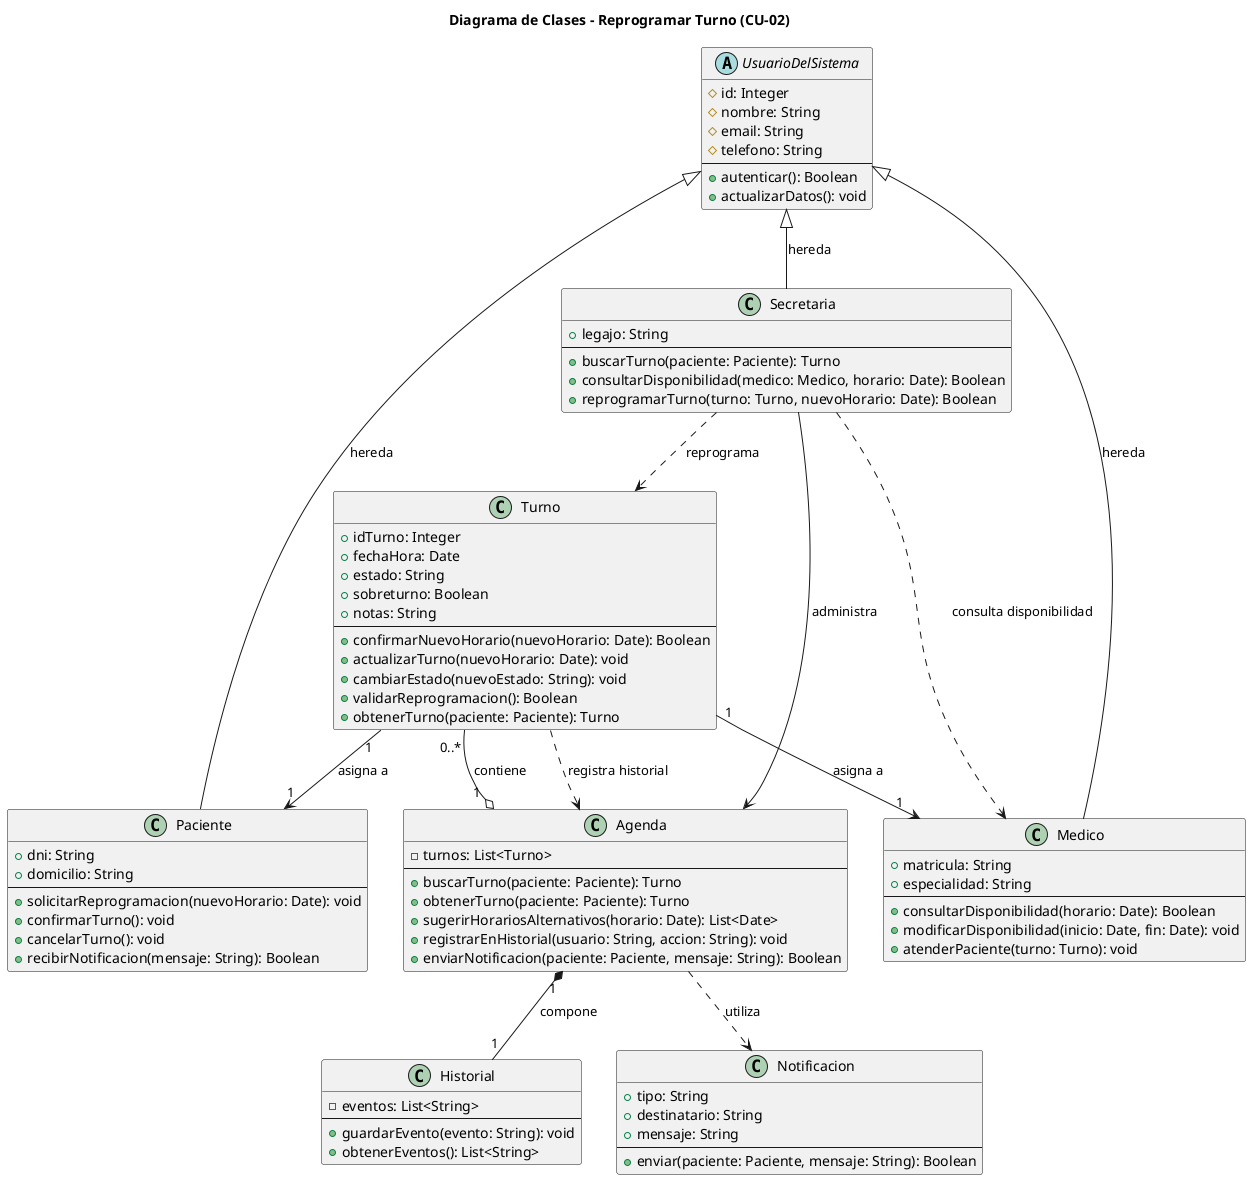
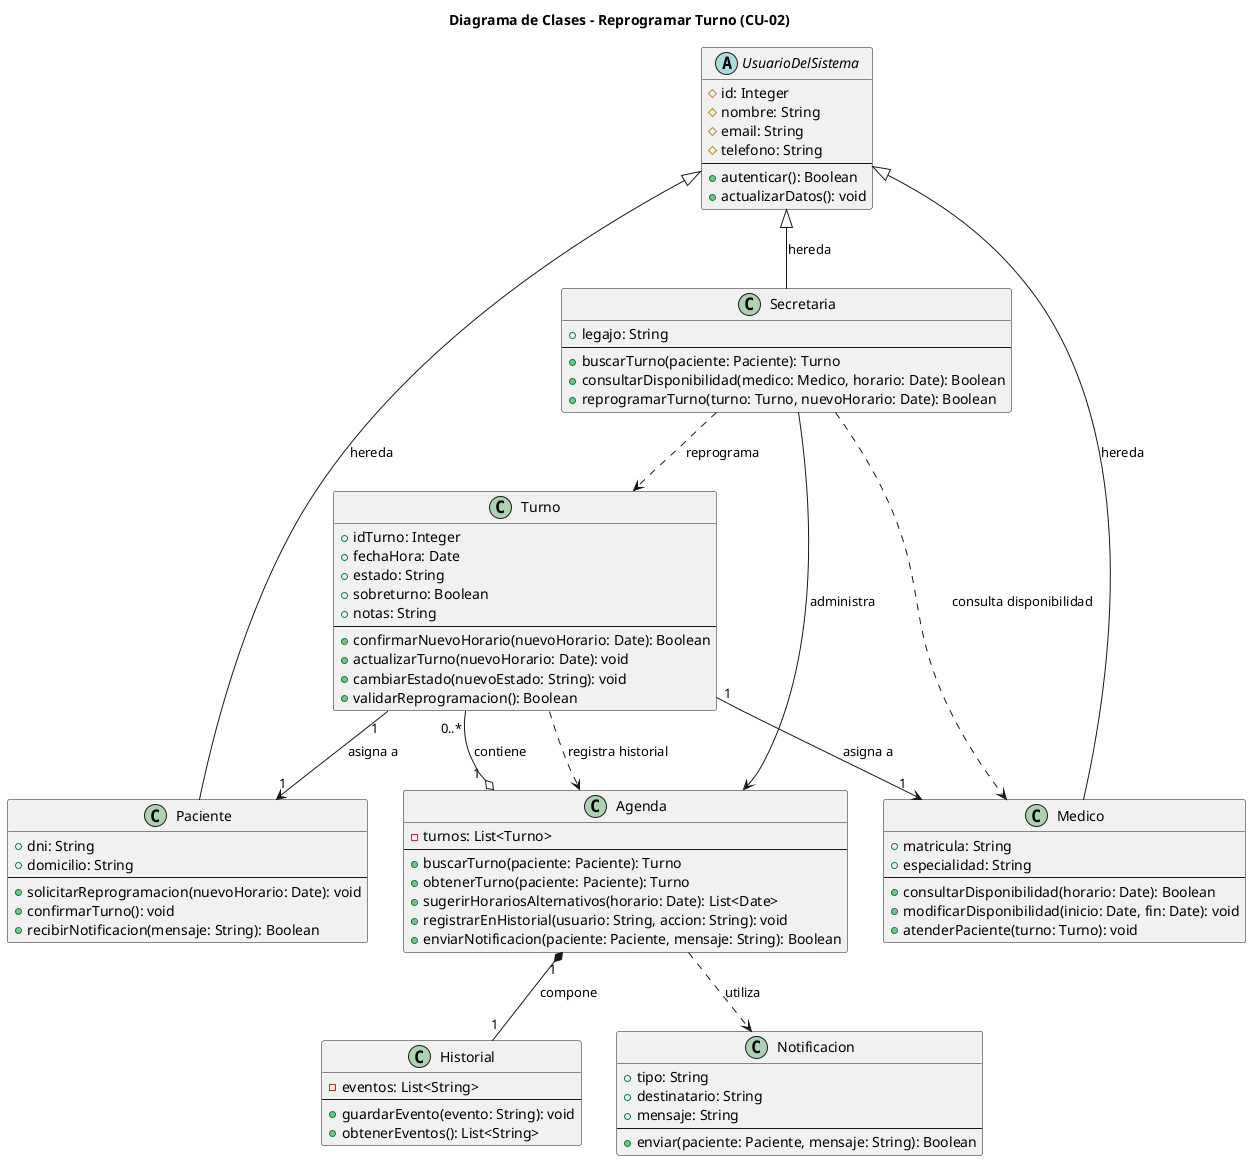
@startuml

title Diagrama de Clases - Reprogramar Turno (CU-02)

abstract class UsuarioDelSistema {
  # id: Integer
  # nombre: String
  # email: String
  # telefono: String
  --
  + autenticar(): Boolean
  + actualizarDatos(): void
}


class Paciente {
  + dni: String
  + domicilio: String
  --
  + solicitarReprogramacion(nuevoHorario: Date): void
  + confirmarTurno(): void
-   + cancelarTurno(): void
  + recibirNotificacion(mensaje: String): Boolean
}

class Secretaria {
  + legajo: String
  --
  + buscarTurno(paciente: Paciente): Turno
  + consultarDisponibilidad(medico: Medico, horario: Date): Boolean
  + reprogramarTurno(turno: Turno, nuevoHorario: Date): Boolean
}

class Medico {
  + matricula: String
  + especialidad: String
  --
  + consultarDisponibilidad(horario: Date): Boolean
  + modificarDisponibilidad(inicio: Date, fin: Date): void
  + atenderPaciente(turno: Turno): void
}
- 
class Turno {
  + idTurno: Integer
  + fechaHora: Date
  + estado: String
  + sobreturno: Boolean
  + notas: String
  --
  + confirmarNuevoHorario(nuevoHorario: Date): Boolean
  + actualizarTurno(nuevoHorario: Date): void
  + cambiarEstado(nuevoEstado: String): void
  + validarReprogramacion(): Boolean
-   + obtenerTurno(paciente: Paciente): Turno
}
+ 

class Agenda {
  - turnos: List<Turno>
  --
  + buscarTurno(paciente: Paciente): Turno
  + obtenerTurno(paciente: Paciente): Turno
  + sugerirHorariosAlternativos(horario: Date): List<Date>
  + registrarEnHistorial(usuario: String, accion: String): void
  + enviarNotificacion(paciente: Paciente, mensaje: String): Boolean
}


class Historial {
  - eventos: List<String>
  --
  + guardarEvento(evento: String): void
  + obtenerEventos(): List<String>
}

class Notificacion {
  + tipo: String
  + destinatario: String
  + mensaje: String
  --
  + enviar(paciente: Paciente, mensaje: String): Boolean
}


UsuarioDelSistema <|-- Paciente : hereda
UsuarioDelSistema <|-- Secretaria : hereda
UsuarioDelSistema <|-- Medico : hereda

Secretaria --> Agenda : administra
Secretaria ..> Medico : consulta disponibilidad
Secretaria ..> Turno : reprograma

Agenda "1" o-- "0..*" Turno : contiene
Agenda "1" *-- "1" Historial : compone
Agenda ..> Notificacion : utiliza

Turno "1" --> "1" Paciente : asigna a
Turno "1" --> "1" Medico : asigna a
Turno ..> Agenda : registra historial

@enduml